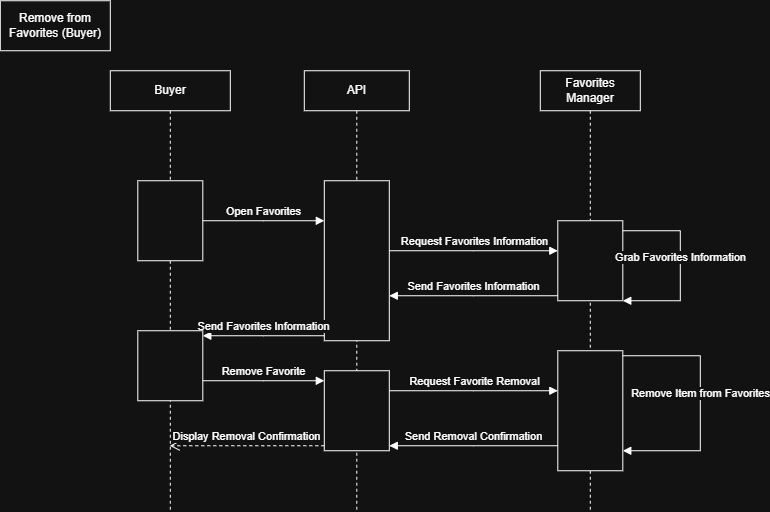
Before: BraydenDiagrams/SequenceDiagram4.png, a diagram exported from draw.io (puckblocker/PokePacker). Source tidied: cells renumbered, new cells last; positions are measured from the earlier drawing's top-left corner, leaving out a move shared by most shapes.
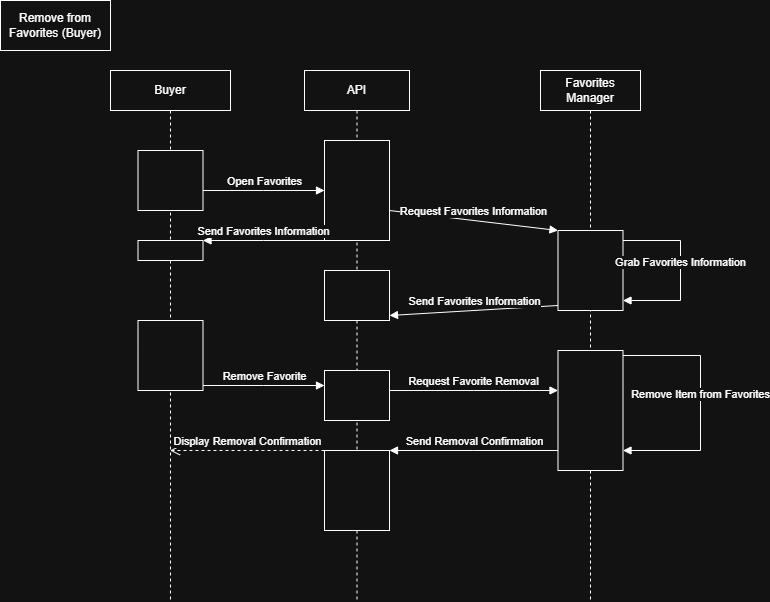
Later version of the same file.

Commit message:
Updated Sequence Diagrams

Change to the diagram source:
```diff
@@ -3,21 +3,27 @@
     <mxCell id="0" />
     <mxCell id="1" parent="0" />
     <mxCell id="2" value="Buyer" style="shape=umlLifeline;perimeter=lifelinePerimeter;whiteSpace=wrap;html=1;outlineConnect=0;portConstraint=eastwest;newEdgeStyle={&quot;edgeStyle&quot;:&quot;sequenceEdgeStyle&quot;,&quot;libavoidRouting&quot;:0,&quot;curved&quot;:0,&quot;rounded&quot;:0};" parent="1" vertex="1">
-      <mxGeometry x="110" y="70" width="120" height="440" as="geometry" />
+      <mxGeometry x="110" y="70" width="120" height="530" as="geometry" />
     </mxCell>
     <mxCell id="3" style="html=1;points=[[0,0,0,0,5],[0,1,0,0,-5],[1,0,0,0,5],[1,1,0,0,-5]];perimeter=orthogonalPerimeter;outlineConnect=0;targetShapes=umlLifeline;portConstraint=eastwest;newEdgeStyle={&quot;edgeStyle&quot;:&quot;sequenceEdgeStyle&quot;,&quot;libavoidRouting&quot;:0,&quot;curved&quot;:0,&quot;rounded&quot;:0};" parent="2" vertex="1">
-      <mxGeometry x="27.5" y="110" width="65" height="80" as="geometry" />
+      <mxGeometry x="27.5" y="80" width="65" height="60" as="geometry" />
     </mxCell>
+    <mxCell id="17" style="html=1;points=[[0,0,0,0,5],[0,1,0,0,-5],[1,0,0,0,5],[1,1,0,0,-5]];perimeter=orthogonalPerimeter;outlineConnect=0;targetShapes=umlLifeline;portConstraint=eastwest;newEdgeStyle={&quot;edgeStyle&quot;:&quot;sequenceEdgeStyle&quot;,&quot;libavoidRouting&quot;:0,&quot;curved&quot;:0,&quot;rounded&quot;:0};" parent="2" vertex="1">
+      <mxGeometry x="27.5" y="170" width="65" height="20" as="geometry" />
+    </mxCell>
+    <mxCell id="23" style="html=1;points=[[0,0,0,0,5],[0,1,0,0,-5],[1,0,0,0,5],[1,1,0,0,-5]];perimeter=orthogonalPerimeter;outlineConnect=0;targetShapes=umlLifeline;portConstraint=eastwest;newEdgeStyle={&quot;edgeStyle&quot;:&quot;sequenceEdgeStyle&quot;,&quot;libavoidRouting&quot;:0,&quot;curved&quot;:0,&quot;rounded&quot;:0};" parent="2" vertex="1">
+      <mxGeometry x="27.5" y="250" width="65" height="70" as="geometry" />
+    </mxCell>
     <mxCell id="4" value="Favorites Manager" style="shape=umlLifeline;perimeter=lifelinePerimeter;whiteSpace=wrap;html=1;newEdgeStyle={&quot;edgeStyle&quot;:&quot;sequenceEdgeStyle&quot;,&quot;libavoidRouting&quot;:0,&quot;curved&quot;:0,&quot;rounded&quot;:0};" parent="1" vertex="1">
-      <mxGeometry x="540" y="70" width="100" height="440" as="geometry" />
+      <mxGeometry x="540" y="70" width="100" height="530" as="geometry" />
     </mxCell>
     <mxCell id="5" style="html=1;points=[[0,0,0,0,5],[0,1,0,0,-5],[1,0,0,0,5],[1,1,0,0,-5]];perimeter=orthogonalPerimeter;outlineConnect=0;targetShapes=umlLifeline;portConstraint=eastwest;newEdgeStyle={&quot;edgeStyle&quot;:&quot;sequenceEdgeStyle&quot;,&quot;libavoidRouting&quot;:0,&quot;curved&quot;:0,&quot;rounded&quot;:0};" parent="4" vertex="1">
-      <mxGeometry x="17.5" y="150" width="65" height="80" as="geometry" />
+      <mxGeometry x="17.5" y="160" width="65" height="80" as="geometry" />
     </mxCell>
     <mxCell id="6" value="Grab Favorites Information" style="html=1;verticalAlign=bottom;endArrow=block;edgeStyle=sequenceEdgeStyle;libavoidRouting=0;curved=0;rounded=0;" parent="4" edge="1" source="5" target="5">
       <mxGeometry relative="1" as="geometry">
         <Array as="points">
-          <mxPoint x="140" y="160" />
+          <mxPoint x="140" y="170" />
           <mxPoint x="140" y="230" />
         </Array>
       </mxGeometry>
@@ -38,10 +44,10 @@
         </Array>
       </mxGeometry>
     </mxCell>
-    <mxCell id="11" value="Send Favorites Information" style="html=1;verticalAlign=bottom;endArrow=block;edgeStyle=sequenceEdgeStyle;libavoidRouting=0;curved=0;rounded=0;exitX=0;exitY=1;exitDx=0;exitDy=-5;exitPerimeter=0;" parent="1" edge="1" source="5" target="14">
+    <mxCell id="11" value="Send Favorites Information" style="html=1;verticalAlign=bottom;endArrow=block;edgeStyle=sequenceEdgeStyle;libavoidRouting=0;curved=0;rounded=0;exitX=0;exitY=1;exitDx=0;exitDy=-5;exitPerimeter=0;entryX=1;entryY=1;entryDx=0;entryDy=-5;entryPerimeter=0;" parent="1" edge="1" source="5" target="24">
       <mxGeometry relative="1" as="geometry">
         <Array as="points">
-          <mxPoint x="473.2" y="295" />
+          <mxPoint x="456.8" y="295" />
         </Array>
       </mxGeometry>
     </mxCell>
@@ -51,14 +57,17 @@
       </mxGeometry>
     </mxCell>
     <mxCell id="13" value="API" style="shape=umlLifeline;perimeter=lifelinePerimeter;whiteSpace=wrap;html=1;outlineConnect=0;portConstraint=eastwest;newEdgeStyle={&quot;edgeStyle&quot;:&quot;sequenceEdgeStyle&quot;,&quot;libavoidRouting&quot;:0,&quot;curved&quot;:0,&quot;rounded&quot;:0};" parent="1" vertex="1">
-      <mxGeometry x="304" y="70" width="105" height="440" as="geometry" />
+      <mxGeometry x="304" y="70" width="105" height="530" as="geometry" />
     </mxCell>
     <mxCell id="14" style="html=1;points=[[0,0,0,0,5],[0,1,0,0,-5],[1,0,0,0,5],[1,1,0,0,-5]];perimeter=orthogonalPerimeter;outlineConnect=0;targetShapes=umlLifeline;portConstraint=eastwest;newEdgeStyle={&quot;edgeStyle&quot;:&quot;sequenceEdgeStyle&quot;,&quot;libavoidRouting&quot;:0,&quot;curved&quot;:0,&quot;rounded&quot;:0};" parent="13" vertex="1">
-      <mxGeometry x="20" y="110" width="65" height="160" as="geometry" />
+      <mxGeometry x="20" y="70" width="65" height="100" as="geometry" />
     </mxCell>
     <mxCell id="15" style="html=1;points=[[0,0,0,0,5],[0,1,0,0,-5],[1,0,0,0,5],[1,1,0,0,-5]];perimeter=orthogonalPerimeter;outlineConnect=0;targetShapes=umlLifeline;portConstraint=eastwest;newEdgeStyle={&quot;edgeStyle&quot;:&quot;sequenceEdgeStyle&quot;,&quot;libavoidRouting&quot;:0,&quot;curved&quot;:0,&quot;rounded&quot;:0};" parent="13" vertex="1">
-      <mxGeometry x="20" y="300" width="65" height="80" as="geometry" />
+      <mxGeometry x="20" y="300" width="65" height="50" as="geometry" />
     </mxCell>
+    <mxCell id="24" style="html=1;points=[[0,0,0,0,5],[0,1,0,0,-5],[1,0,0,0,5],[1,1,0,0,-5]];perimeter=orthogonalPerimeter;outlineConnect=0;targetShapes=umlLifeline;portConstraint=eastwest;newEdgeStyle={&quot;edgeStyle&quot;:&quot;sequenceEdgeStyle&quot;,&quot;libavoidRouting&quot;:0,&quot;curved&quot;:0,&quot;rounded&quot;:0};" parent="13" vertex="1">
+      <mxGeometry x="20" y="200" width="65" height="50" as="geometry" />
+    </mxCell>
     <mxCell id="16" value="Send Favorites Information" style="html=1;verticalAlign=bottom;endArrow=block;edgeStyle=sequenceEdgeStyle;libavoidRouting=0;curved=0;rounded=0;" parent="1" edge="1" source="14" target="17">
       <mxGeometry relative="1" as="geometry">
         <Array as="points">
@@ -66,14 +75,10 @@
         </Array>
       </mxGeometry>
     </mxCell>
-    <mxCell id="17" style="html=1;points=[[0,0,0,0,5],[0,1,0,0,-5],[1,0,0,0,5],[1,1,0,0,-5]];perimeter=orthogonalPerimeter;outlineConnect=0;targetShapes=umlLifeline;portConstraint=eastwest;newEdgeStyle={&quot;edgeStyle&quot;:&quot;sequenceEdgeStyle&quot;,&quot;libavoidRouting&quot;:0,&quot;curved&quot;:0,&quot;rounded&quot;:0};" parent="1" vertex="1">
-      <mxGeometry x="137.5" y="330" width="65" height="70" as="geometry" />
-    </mxCell>
-    <mxCell id="18" value="Remove Favorite" style="html=1;verticalAlign=bottom;endArrow=block;edgeStyle=sequenceEdgeStyle;libavoidRouting=0;curved=0;rounded=0;exitX=1;exitY=0;exitDx=0;exitDy=40;exitPerimeter=0;" parent="1" edge="1" target="15">
+    <mxCell id="18" value="Remove Favorite" style="html=1;verticalAlign=bottom;endArrow=block;edgeStyle=sequenceEdgeStyle;libavoidRouting=0;curved=0;rounded=0;exitX=1;exitY=1;exitDx=0;exitDy=-5;exitPerimeter=0;" parent="1" edge="1" source="23" target="15">
       <mxGeometry relative="1" as="geometry">
-        <mxPoint x="202.5" y="380" as="sourcePoint" />
         <Array as="points">
-          <mxPoint x="263" y="380" />
+          <mxPoint x="263.2" y="380" />
         </Array>
       </mxGeometry>
     </mxCell>
@@ -84,17 +89,17 @@
         </Array>
       </mxGeometry>
     </mxCell>
-    <mxCell id="20" value="Send Removal Confirmation" style="html=1;verticalAlign=bottom;endArrow=block;edgeStyle=sequenceEdgeStyle;libavoidRouting=0;curved=0;rounded=0;entryX=1;entryY=1;entryDx=0;entryDy=-5;entryPerimeter=0;" parent="1" edge="1" source="7" target="15">
+    <mxCell id="20" value="Send Removal Confirmation" style="html=1;verticalAlign=bottom;endArrow=block;edgeStyle=sequenceEdgeStyle;libavoidRouting=0;curved=0;rounded=0;" parent="1" edge="1" source="7" target="25">
       <mxGeometry relative="1" as="geometry">
         <Array as="points">
-          <mxPoint x="456.8" y="360" />
+          <mxPoint x="473.2" y="435" />
         </Array>
       </mxGeometry>
     </mxCell>
-    <mxCell id="21" value="Display Removal Confirmation" style="html=1;verticalAlign=bottom;endArrow=open;dashed=1;endSize=8;edgeStyle=sequenceEdgeStyle;libavoidRouting=0;curved=0;rounded=0;exitX=0;exitY=1;exitDx=0;exitDy=-5;exitPerimeter=0;" parent="1" edge="1" source="15" target="2">
+    <mxCell id="21" value="Display Removal Confirmation" style="html=1;verticalAlign=bottom;endArrow=open;dashed=1;endSize=8;edgeStyle=sequenceEdgeStyle;libavoidRouting=0;curved=0;rounded=0;" parent="1" edge="1" source="25" target="2">
       <mxGeometry relative="1" as="geometry">
         <Array as="points">
-          <mxPoint x="329.8" y="280" />
+          <mxPoint x="246.8" y="435" />
         </Array>
       </mxGeometry>
     </mxCell>
@@ -106,5 +111,8 @@
         </Array>
       </mxGeometry>
     </mxCell>
+    <mxCell id="25" style="html=1;points=[[0,0,0,0,5],[0,1,0,0,-5],[1,0,0,0,5],[1,1,0,0,-5]];perimeter=orthogonalPerimeter;outlineConnect=0;targetShapes=umlLifeline;portConstraint=eastwest;newEdgeStyle={&quot;edgeStyle&quot;:&quot;sequenceEdgeStyle&quot;,&quot;libavoidRouting&quot;:0,&quot;curved&quot;:0,&quot;rounded&quot;:0};" parent="1" vertex="1">
+      <mxGeometry x="324" y="450" width="65" height="80" as="geometry" />
+    </mxCell>
   </root>
 </mxGraphModel>
```
